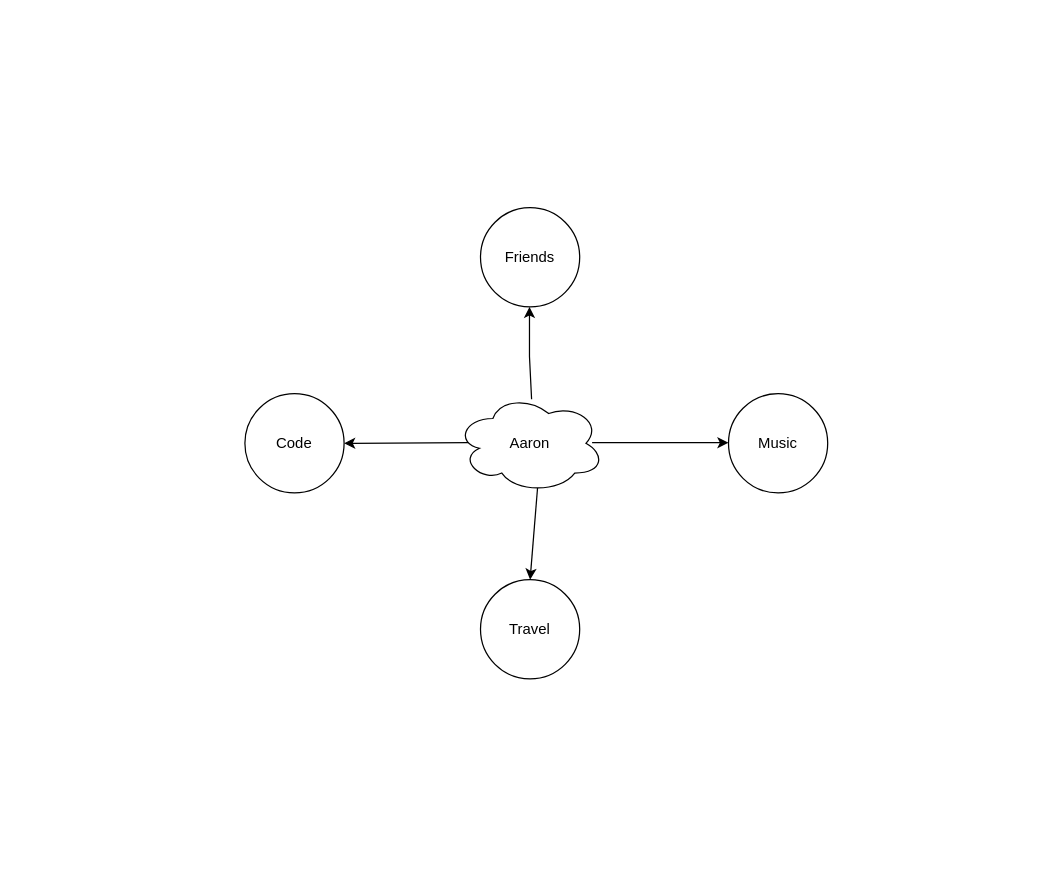
Before: Capstone Planning.drawio in mejia-dev/epicodus-capstone-planning, a draw.io diagram. Source tidied: cells renumbered, new cells numbered last; positions are measured from the earlier drawing's top-left corner, leaving out a move shared by most shapes. Both pictures are drawn from the tidied source at 124%, with x=0, y=0 at pixel (244, 207).
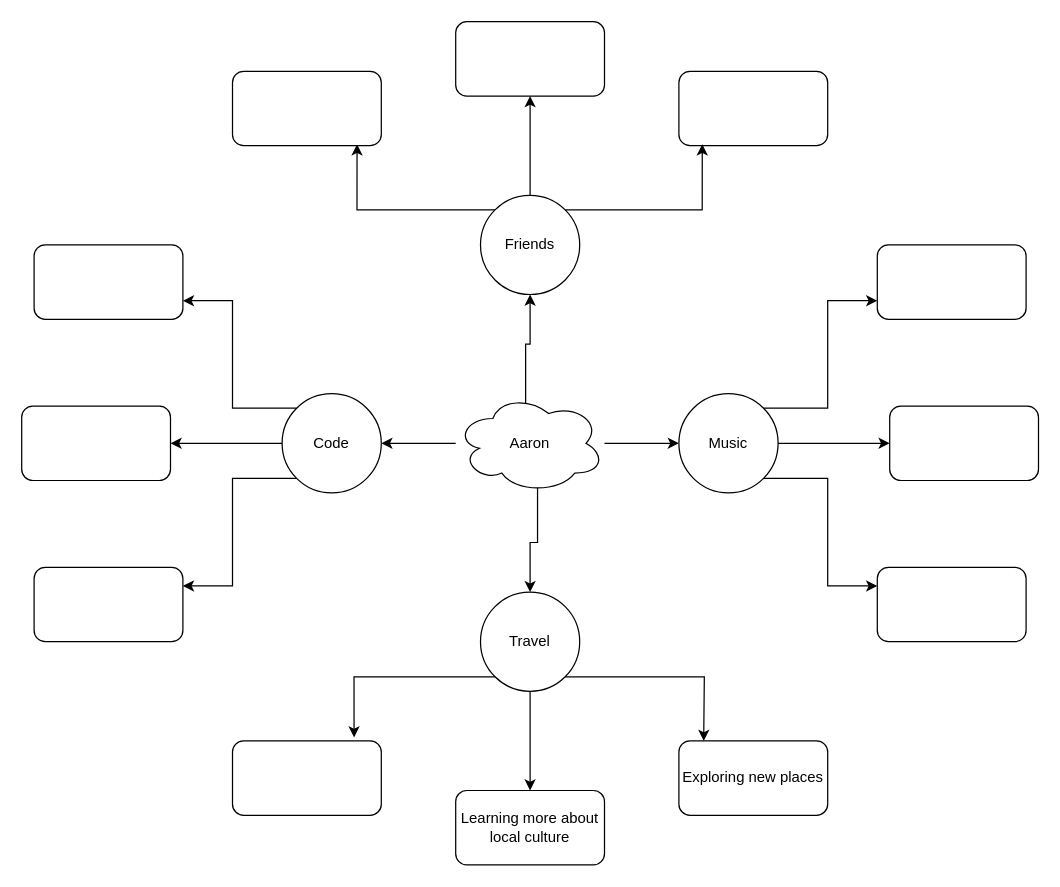
Above is the later version.

Commit message:
Build basic structure

The change refers to these unchanged cells:
```xml
<mxCell id="2" value="Aaron" style="ellipse;shape=cloud;whiteSpace=wrap;html=1;" parent="1" vertex="1">
  <mxGeometry x="170" y="150" width="120" height="80" as="geometry" />
</mxCell>
```

What changed in the source:
```diff
@@
+    <mxCell id="11" style="edgeStyle=orthogonalEdgeStyle;rounded=0;jettySize=auto;html=1;" parent="1" edge="1" source="2" target="9">
+      <mxGeometry relative="1" as="geometry" />
+    </mxCell>
+    <mxCell id="12" style="edgeStyle=orthogonalEdgeStyle;rounded=0;jettySize=auto;html=1;" parent="1" edge="1" source="2" target="10">
+      <mxGeometry relative="1" as="geometry" />
+    </mxCell>
+    <mxCell id="13" style="edgeStyle=orthogonalEdgeStyle;rounded=0;jettySize=auto;html=1;exitX=0.55;exitY=0.95;exitDx=0;exitDy=0;exitPerimeter=0;" parent="1" edge="1" source="2" target="8">
+      <mxGeometry relative="1" as="geometry" />
+    </mxCell>
+    <mxCell id="14" style="edgeStyle=orthogonalEdgeStyle;rounded=0;jettySize=auto;html=1;exitX=0.47;exitY=0.095;exitDx=0;exitDy=0;exitPerimeter=0;" parent="1" edge="1" source="2" target="7">
+      <mxGeometry relative="1" as="geometry" />
+    </mxCell>
@@
-    <mxCell id="3" style="endArrow=classic;html=1;rounded=0;exitX=0.51;exitY=0.055;exitDx=0;exitDy=0;exitPerimeter=0;" parent="1" edge="1" source="2">
-      <mxGeometry relative="1" as="geometry">
-        <mxPoint x="229.5" y="80" as="targetPoint" />
-        <Array as="points">
-          <mxPoint x="229.5" y="120" />
-        </Array>
-      </mxGeometry>
-    </mxCell>
-    <mxCell id="4" style="endArrow=classic;html=1;rounded=0;exitX=0.55;exitY=0.95;exitDx=0;exitDy=0;exitPerimeter=0;" parent="1" edge="1" source="2">
-      <mxGeometry relative="1" as="geometry">
-        <mxPoint x="230" y="300" as="targetPoint" />
-      </mxGeometry>
-    </mxCell>
-    <mxCell id="5" style="endArrow=classic;html=1;rounded=0;" parent="1" edge="1">
-      <mxGeometry relative="1" as="geometry">
-        <mxPoint x="280" y="189.5" as="sourcePoint" />
-        <mxPoint x="390" y="189.5" as="targetPoint" />
-      </mxGeometry>
-    </mxCell>
-    <mxCell id="6" style="endArrow=classic;html=1;rounded=0;" parent="1" edge="1">
-      <mxGeometry relative="1" as="geometry">
-        <mxPoint x="180" y="189.5" as="sourcePoint" />
-        <mxPoint x="80" y="190" as="targetPoint" />
-      </mxGeometry>
-    </mxCell>
+    <mxCell id="15" style="edgeStyle=orthogonalEdgeStyle;rounded=0;jettySize=auto;html=1;" parent="1" edge="1" source="7" target="33">
+      <mxGeometry relative="1" as="geometry" />
+    </mxCell>
+    <mxCell id="16" style="edgeStyle=orthogonalEdgeStyle;rounded=0;jettySize=auto;html=1;exitX=0;exitY=0;exitDx=0;exitDy=0;entryX=0.837;entryY=0.98;entryDx=0;entryDy=0;entryPerimeter=0;" parent="1" edge="1" source="7" target="35">
+      <mxGeometry relative="1" as="geometry" />
+    </mxCell>
     <mxCell id="7" value="Friends" style="ellipse;whiteSpace=wrap;html=1;" parent="1" vertex="1">
-      <mxGeometry x="190" width="80" height="80" as="geometry" />
+      <mxGeometry x="190" y="-10" width="80" height="80" as="geometry" />
     </mxCell>
+    <mxCell id="17" style="edgeStyle=orthogonalEdgeStyle;rounded=0;jettySize=auto;html=1;" parent="1" edge="1" source="8" target="25">
+      <mxGeometry relative="1" as="geometry" />
+    </mxCell>
     <mxCell id="8" value="Travel" style="ellipse;whiteSpace=wrap;html=1;" parent="1" vertex="1">
-      <mxGeometry x="190" y="300" width="80" height="80" as="geometry" />
+      <mxGeometry x="190" y="310" width="80" height="80" as="geometry" />
     </mxCell>
+    <mxCell id="18" style="edgeStyle=orthogonalEdgeStyle;rounded=0;jettySize=auto;html=1;" parent="1" edge="1" source="9" target="27">
+      <mxGeometry relative="1" as="geometry" />
+    </mxCell>
+    <mxCell id="19" style="edgeStyle=orthogonalEdgeStyle;rounded=0;jettySize=auto;html=1;exitX=1;exitY=0;exitDx=0;exitDy=0;entryX=0;entryY=0.75;entryDx=0;entryDy=0;" parent="1" edge="1" source="9" target="28">
+      <mxGeometry relative="1" as="geometry" />
+    </mxCell>
+    <mxCell id="20" style="edgeStyle=orthogonalEdgeStyle;rounded=0;jettySize=auto;html=1;exitX=1;exitY=1;exitDx=0;exitDy=0;entryX=0;entryY=0.25;entryDx=0;entryDy=0;" parent="1" edge="1" source="9" target="29">
+      <mxGeometry relative="1" as="geometry" />
+    </mxCell>
     <mxCell id="9" value="Music" style="ellipse;whiteSpace=wrap;html=1;" parent="1" vertex="1">
-      <mxGeometry x="390" y="150" width="80" height="80" as="geometry" />
+      <mxGeometry x="350" y="150" width="80" height="80" as="geometry" />
     </mxCell>
+    <mxCell id="21" style="edgeStyle=orthogonalEdgeStyle;rounded=0;jettySize=auto;html=1;" parent="1" edge="1" source="10" target="30">
+      <mxGeometry relative="1" as="geometry" />
+    </mxCell>
+    <mxCell id="22" style="edgeStyle=orthogonalEdgeStyle;rounded=0;jettySize=auto;html=1;exitX=0;exitY=1;exitDx=0;exitDy=0;entryX=1;entryY=0.25;entryDx=0;entryDy=0;" parent="1" edge="1" source="10" target="32">
+      <mxGeometry relative="1" as="geometry" />
+    </mxCell>
+    <mxCell id="23" style="edgeStyle=orthogonalEdgeStyle;rounded=0;jettySize=auto;html=1;exitX=0;exitY=0;exitDx=0;exitDy=0;entryX=1;entryY=0.75;entryDx=0;entryDy=0;" parent="1" edge="1" source="10" target="31">
+      <mxGeometry relative="1" as="geometry" />
+    </mxCell>
     <mxCell id="10" value="Code" style="ellipse;whiteSpace=wrap;html=1;" parent="1" vertex="1">
-      <mxGeometry y="150" width="80" height="80" as="geometry" />
+      <mxGeometry x="30" y="150" width="80" height="80" as="geometry" />
     </mxCell>
+    <mxCell id="24" style="rounded=1;whiteSpace=wrap;html=1;" parent="1" vertex="1">
+      <mxGeometry x="-10" y="430" width="120" height="60" as="geometry" />
+    </mxCell>
+    <mxCell id="25" value="Learning more about local culture" style="rounded=1;whiteSpace=wrap;html=1;" parent="1" vertex="1">
+      <mxGeometry x="170" y="470" width="120" height="60" as="geometry" />
+    </mxCell>
+    <mxCell id="26" value="Exploring new places" style="rounded=1;whiteSpace=wrap;html=1;" parent="1" vertex="1">
+      <mxGeometry x="350" y="430" width="120" height="60" as="geometry" />
+    </mxCell>
+    <mxCell id="27" style="rounded=1;whiteSpace=wrap;html=1;" parent="1" vertex="1">
+      <mxGeometry x="520" y="160" width="120" height="60" as="geometry" />
+    </mxCell>
+    <mxCell id="28" style="rounded=1;whiteSpace=wrap;html=1;" parent="1" vertex="1">
+      <mxGeometry x="510" y="30" width="120" height="60" as="geometry" />
+    </mxCell>
+    <mxCell id="29" style="rounded=1;whiteSpace=wrap;html=1;" parent="1" vertex="1">
+      <mxGeometry x="510" y="290" width="120" height="60" as="geometry" />
+    </mxCell>
+    <mxCell id="30" style="rounded=1;whiteSpace=wrap;html=1;" parent="1" vertex="1">
+      <mxGeometry x="-180" y="160" width="120" height="60" as="geometry" />
+    </mxCell>
+    <mxCell id="31" style="rounded=1;whiteSpace=wrap;html=1;" parent="1" vertex="1">
+      <mxGeometry x="-170" y="30" width="120" height="60" as="geometry" />
+    </mxCell>
+    <mxCell id="32" style="rounded=1;whiteSpace=wrap;html=1;" parent="1" vertex="1">
+      <mxGeometry x="-170" y="290" width="120" height="60" as="geometry" />
+    </mxCell>
+    <mxCell id="33" style="rounded=1;whiteSpace=wrap;html=1;" parent="1" vertex="1">
+      <mxGeometry x="170" y="-150" width="120" height="60" as="geometry" />
+    </mxCell>
+    <mxCell id="34" style="rounded=1;whiteSpace=wrap;html=1;" parent="1" vertex="1">
+      <mxGeometry x="350" y="-110" width="120" height="60" as="geometry" />
+    </mxCell>
+    <mxCell id="35" style="rounded=1;whiteSpace=wrap;html=1;" parent="1" vertex="1">
+      <mxGeometry x="-10" y="-110" width="120" height="60" as="geometry" />
+    </mxCell>
+    <mxCell id="36" style="edgeStyle=orthogonalEdgeStyle;rounded=0;jettySize=auto;html=1;exitX=1;exitY=0;exitDx=0;exitDy=0;entryX=0.157;entryY=0.98;entryDx=0;entryDy=0;entryPerimeter=0;" parent="1" edge="1" source="7" target="34">
+      <mxGeometry relative="1" as="geometry" />
+    </mxCell>
+    <mxCell id="37" style="edgeStyle=orthogonalEdgeStyle;rounded=0;jettySize=auto;html=1;exitX=0;exitY=1;exitDx=0;exitDy=0;entryX=0.817;entryY=-0.047;entryDx=0;entryDy=0;entryPerimeter=0;" parent="1" edge="1" source="8" target="24">
+      <mxGeometry relative="1" as="geometry" />
+    </mxCell>
+    <mxCell id="38" style="edgeStyle=orthogonalEdgeStyle;rounded=0;jettySize=auto;html=1;exitX=1;exitY=1;exitDx=0;exitDy=0;" parent="1" edge="1" source="8">
+      <mxGeometry relative="1" as="geometry">
+        <mxPoint x="370" y="430" as="targetPoint" />
+      </mxGeometry>
+    </mxCell>
```
